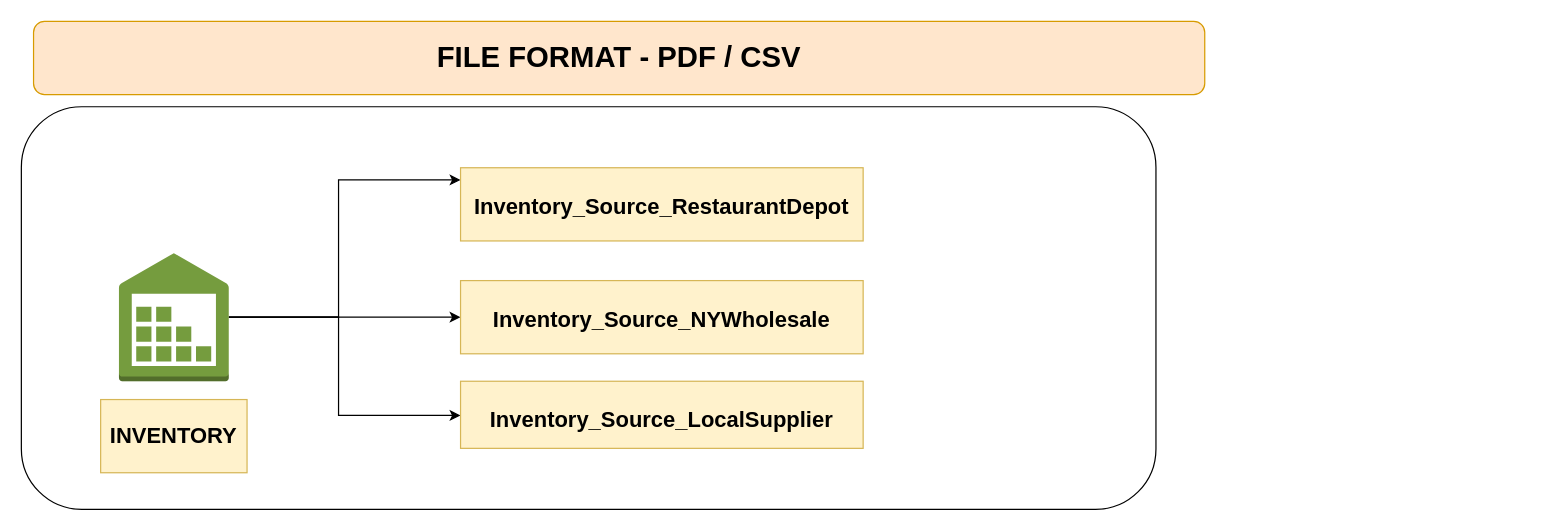
Before: page "INVENTORY_S" (3 of 5) of Untitled Diagram.drawio in kalwathi123/Azure-Dataengineering, a draw.io diagram. Source tidied: cells renumbered, new cells numbered last; positions are measured from the earlier drawing's top-left corner, leaving out a move shared by most shapes. Both pictures are drawn from the tidied source at 122%, with x=0, y=0 at pixel (21, 21).
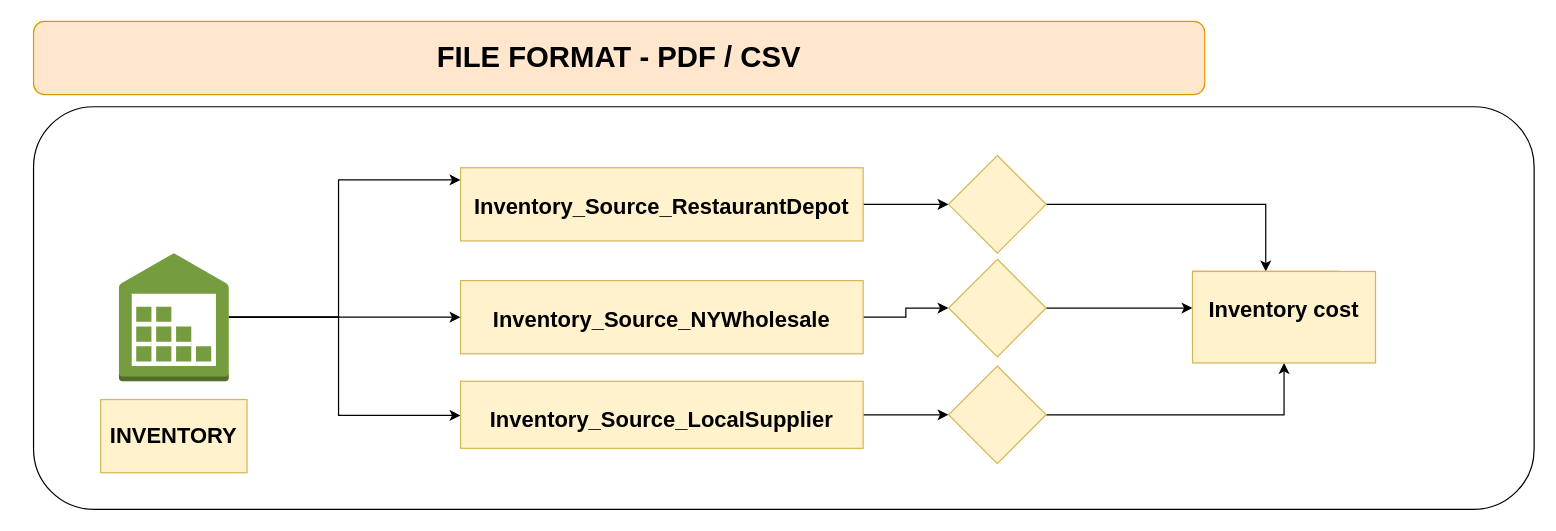
The same page after the edit.

The change refers to these unchanged cells:
```xml
<mxCell id="8" value="&lt;h2&gt;Inventory_Source_LocalSupplier&lt;/h2&gt;" style="whiteSpace=wrap;html=1;verticalAlign=top;fillColor=#fff2cc;dashed=0;strokeColor=#d6b656;align=center;" parent="1" vertex="1">
  <mxGeometry x="360" y="295" width="330" height="55" as="geometry" />
</mxCell>
<mxCell id="9" value="&lt;h2&gt;Inventory_Source_NYWholesale&lt;/h2&gt;" style="whiteSpace=wrap;html=1;verticalAlign=top;fillColor=#fff2cc;dashed=0;strokeColor=#d6b656;" parent="1" vertex="1">
  <mxGeometry x="360" y="212.5" width="330" height="60" as="geometry" />
</mxCell>
<mxCell id="10" value="&lt;h2&gt;Inventory_Source_RestaurantDepot&lt;/h2&gt;" style="whiteSpace=wrap;html=1;verticalAlign=top;fillColor=#fff2cc;dashed=0;strokeColor=#d6b656;" parent="1" vertex="1">
  <mxGeometry x="360" y="120" width="330" height="60" as="geometry" />
</mxCell>
```

The edit, as a diff of the source:
```diff
@@
     <mxCell id="2" style="rounded=1;whiteSpace=wrap;html=1;" parent="1" vertex="1">
-      <mxGeometry y="70" width="930" height="330" as="geometry" />
+      <mxGeometry x="10" y="70" width="1230" height="330" as="geometry" />
     </mxCell>
@@
+    <mxCell id="12" style="edgeStyle=orthogonalEdgeStyle;rounded=0;jettySize=auto;html=1;" parent="1" edge="1" source="8" target="20">
+      <mxGeometry relative="1" as="geometry" />
+    </mxCell>
@@
+    <mxCell id="13" style="edgeStyle=orthogonalEdgeStyle;rounded=0;jettySize=auto;html=1;" parent="1" edge="1" source="9" target="18">
+      <mxGeometry relative="1" as="geometry" />
+    </mxCell>
@@
+    <mxCell id="14" style="edgeStyle=orthogonalEdgeStyle;rounded=0;jettySize=auto;html=1;" parent="1" edge="1" source="10" target="16">
+      <mxGeometry relative="1" as="geometry" />
+    </mxCell>
@@
+    <mxCell id="15" style="edgeStyle=orthogonalEdgeStyle;rounded=0;jettySize=auto;html=1;" parent="1" edge="1" source="16" target="21">
+      <mxGeometry relative="1" as="geometry" />
+    </mxCell>
+    <mxCell id="16" style="rhombus;whiteSpace=wrap;html=1;verticalAlign=top;fillColor=#fff2cc;strokeColor=#d6b656;dashed=0;" parent="1" vertex="1">
+      <mxGeometry x="760" y="110" width="80" height="80" as="geometry" />
+    </mxCell>
+    <mxCell id="17" style="edgeStyle=orthogonalEdgeStyle;rounded=0;jettySize=auto;html=1;" parent="1" edge="1" source="18" target="22">
+      <mxGeometry relative="1" as="geometry" />
+    </mxCell>
+    <mxCell id="18" style="rhombus;whiteSpace=wrap;html=1;verticalAlign=top;fillColor=#fff2cc;strokeColor=#d6b656;dashed=0;" parent="1" vertex="1">
+      <mxGeometry x="760" y="195" width="80" height="80" as="geometry" />
+    </mxCell>
+    <mxCell id="19" style="edgeStyle=orthogonalEdgeStyle;rounded=0;jettySize=auto;html=1;" parent="1" edge="1" source="20" target="23">
+      <mxGeometry relative="1" as="geometry" />
+    </mxCell>
+    <mxCell id="20" style="rhombus;whiteSpace=wrap;html=1;verticalAlign=top;fillColor=#fff2cc;strokeColor=#d6b656;dashed=0;" parent="1" vertex="1">
+      <mxGeometry x="760" y="282.5" width="80" height="80" as="geometry" />
+    </mxCell>
+    <mxCell id="21" style="whiteSpace=wrap;html=1;verticalAlign=top;fillColor=#fff2cc;strokeColor=#d6b656;dashed=0;" parent="1" vertex="1">
+      <mxGeometry x="960" y="205" width="120" height="60" as="geometry" />
+    </mxCell>
+    <mxCell id="22" style="whiteSpace=wrap;html=1;verticalAlign=top;fillColor=#fff2cc;strokeColor=#d6b656;dashed=0;" parent="1" vertex="1">
+      <mxGeometry x="960" y="205" width="120" height="60" as="geometry" />
+    </mxCell>
+    <mxCell id="23" value="&lt;h2&gt;Inventory cost&lt;/h2&gt;" style="whiteSpace=wrap;html=1;verticalAlign=top;fillColor=#fff2cc;strokeColor=#d6b656;dashed=0;fontStyle=1;" parent="1" vertex="1">
+      <mxGeometry x="960" y="205" width="150" height="75" as="geometry" />
+    </mxCell>
```
